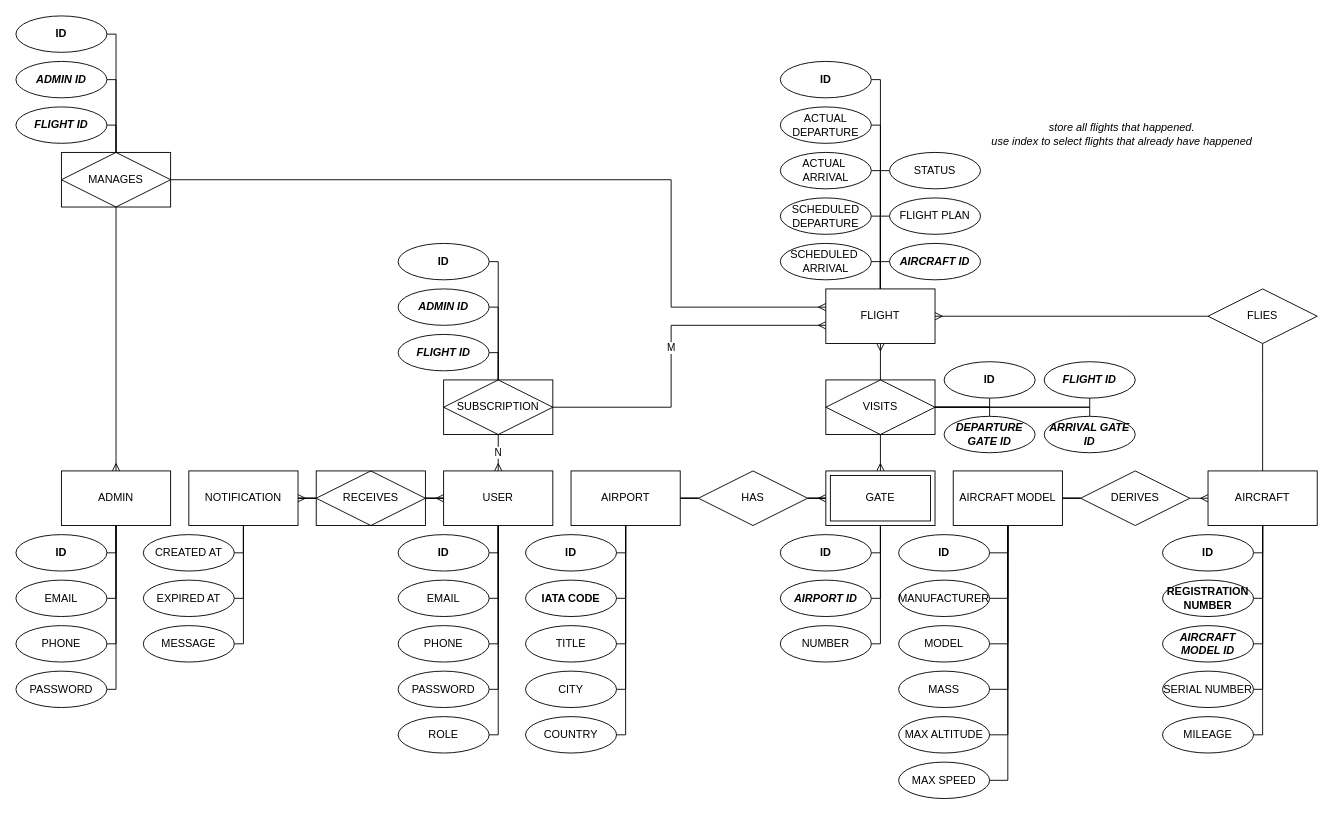
Earlier version of the draw.io diagram page "db" (6 of 6) of docs/diagram.drawio (GoshaMak/airline-tracker). Source tidied: cells renumbered, new cells numbered last; positions are measured from the earlier drawing's top-left corner, leaving out a move shared by most shapes. Both pictures are drawn from the tidied source at 91%, with x=0, y=0 at pixel (15, 15).
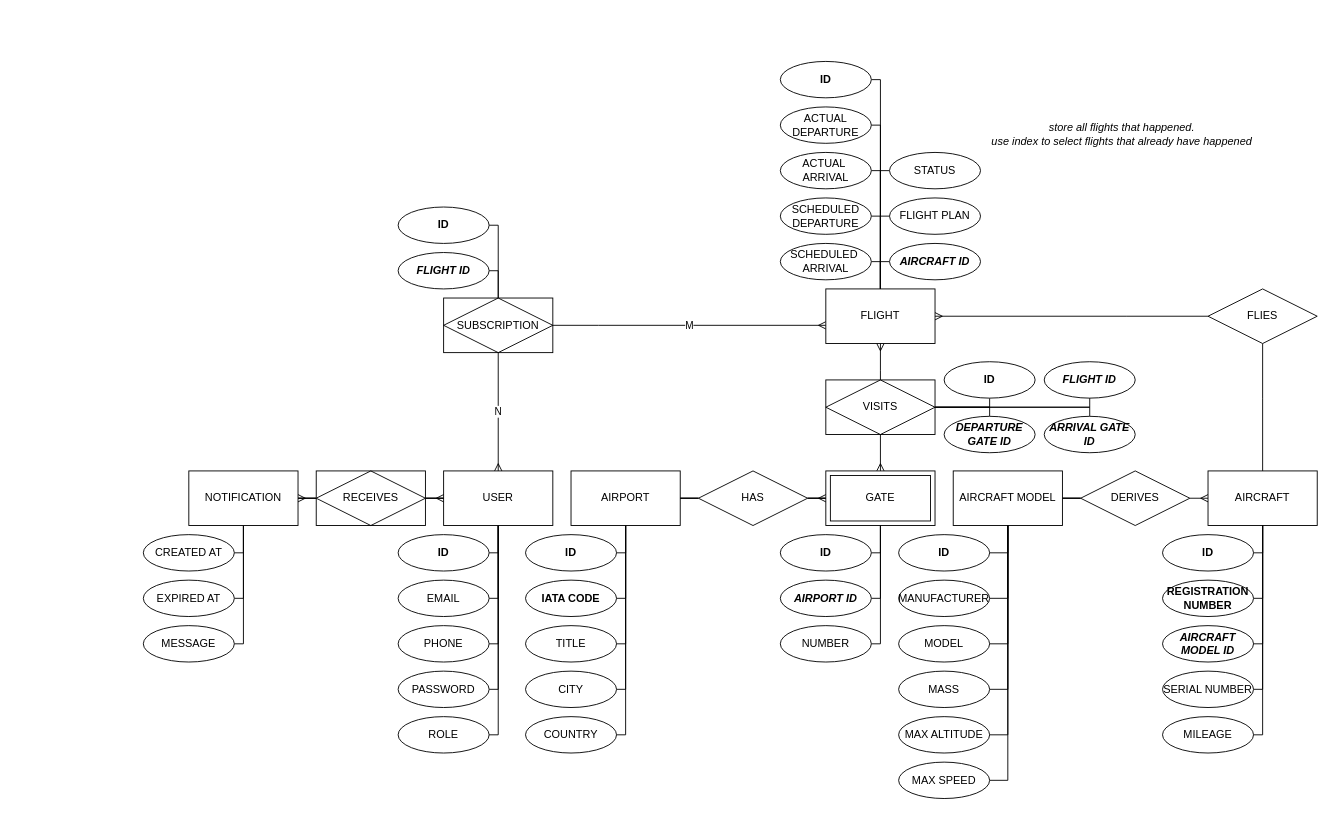
The same page after the edit.

The change refers to these unchanged cells:
```xml
<mxCell id="60" value="FLIGHT" style="whiteSpace=wrap;html=1;align=center;strokeWidth=1;" parent="1" vertex="1">
  <mxGeometry x="890" y="300" width="120" height="60" as="geometry" />
</mxCell>
```

Change to the diagram source:
```diff
@@
-    <mxCell id="34" style="edgeStyle=orthogonalEdgeStyle;rounded=0;jettySize=auto;html=1;endArrow=none;endFill=0;" parent="1" edge="1" source="38" target="40">
-      <mxGeometry relative="1" as="geometry">
-        <Array as="points">
-          <mxPoint x="110" y="640" />
-        </Array>
-      </mxGeometry>
-    </mxCell>
-    <mxCell id="35" style="edgeStyle=orthogonalEdgeStyle;rounded=0;jettySize=auto;html=1;endArrow=none;endFill=0;" parent="1" edge="1" source="38" target="39">
-      <mxGeometry relative="1" as="geometry">
-        <Array as="points">
-          <mxPoint x="110" y="590" />
-        </Array>
-      </mxGeometry>
-    </mxCell>
-    <mxCell id="36" style="edgeStyle=orthogonalEdgeStyle;rounded=0;jettySize=auto;html=1;endArrow=none;endFill=0;" parent="1" edge="1" source="38" target="80">
-      <mxGeometry relative="1" as="geometry">
-        <Array as="points">
-          <mxPoint x="110" y="690" />
-        </Array>
-      </mxGeometry>
-    </mxCell>
-    <mxCell id="37" style="edgeStyle=orthogonalEdgeStyle;rounded=0;jettySize=auto;html=1;endArrow=none;endFill=0;" parent="1" edge="1" source="38" target="81">
-      <mxGeometry relative="1" as="geometry">
-        <Array as="points">
-          <mxPoint x="110" y="740" />
-        </Array>
-      </mxGeometry>
-    </mxCell>
-    <mxCell id="38" value="ADMIN" style="whiteSpace=wrap;html=1;align=center;" parent="1" vertex="1">
-      <mxGeometry x="50" y="500" width="120" height="60" as="geometry" />
-    </mxCell>
-    <mxCell id="39" value="ID" style="ellipse;whiteSpace=wrap;html=1;align=center;fontStyle=1;" parent="1" vertex="1">
-      <mxGeometry y="570" width="100" height="40" as="geometry" />
-    </mxCell>
-    <mxCell id="40" value="EMAIL" style="ellipse;whiteSpace=wrap;html=1;align=center;" parent="1" vertex="1">
-      <mxGeometry y="620" width="100" height="40" as="geometry" />
-    </mxCell>
@@
     <mxCell id="56" value="M" style="edgeStyle=orthogonalEdgeStyle;rounded=0;jettySize=auto;html=1;endArrow=ERmany;endFill=0;" parent="1" edge="1" source="58" target="60">
       <mxGeometry relative="1" as="geometry">
         <Array as="points">
-          <mxPoint x="720" y="430" />
-          <mxPoint x="720" y="340" />
+          <mxPoint x="640" y="340" />
+          <mxPoint x="640" y="340" />
         </Array>
       </mxGeometry>
     </mxCell>
@@
     <mxCell id="58" value="SUBSCRIPTION" style="shape=associativeEntity;whiteSpace=wrap;html=1;align=center;" parent="1" vertex="1">
-      <mxGeometry x="470" y="400" width="120" height="60" as="geometry" />
+      <mxGeometry x="470" y="310" width="120" height="60" as="geometry" />
     </mxCell>
@@
-    <mxCell id="68" style="edgeStyle=orthogonalEdgeStyle;rounded=0;jettySize=auto;html=1;endArrow=ERmany;endFill=0;" parent="1" edge="1" source="92" target="38">
-      <mxGeometry relative="1" as="geometry" />
-    </mxCell>
-    <mxCell id="69" style="edgeStyle=orthogonalEdgeStyle;rounded=0;jettySize=auto;html=1;endArrow=ERmany;endFill=0;" parent="1" edge="1" source="92" target="60">
-      <mxGeometry relative="1" as="geometry">
-        <Array as="points">
-          <mxPoint x="720" y="180" />
-          <mxPoint x="720" y="320" />
-        </Array>
-      </mxGeometry>
-    </mxCell>
@@
-    <mxCell id="80" value="PHONE" style="ellipse;whiteSpace=wrap;html=1;align=center;" parent="1" vertex="1">
-      <mxGeometry y="670" width="100" height="40" as="geometry" />
-    </mxCell>
-    <mxCell id="81" value="PASSWORD" style="ellipse;whiteSpace=wrap;html=1;align=center;" parent="1" vertex="1">
-      <mxGeometry y="720" width="100" height="40" as="geometry" />
-    </mxCell>
@@
-    <mxCell id="92" value="MANAGES" style="shape=associativeEntity;whiteSpace=wrap;html=1;align=center;" parent="1" vertex="1">
-      <mxGeometry x="50" y="150" width="120" height="60" as="geometry" />
-    </mxCell>
@@
-    <mxCell id="96" style="edgeStyle=orthogonalEdgeStyle;rounded=0;jettySize=auto;html=1;endArrow=none;endFill=0;" parent="1" edge="1" source="97" target="92">
-      <mxGeometry relative="1" as="geometry">
-        <Array as="points">
-          <mxPoint x="110" y="120" />
-        </Array>
-      </mxGeometry>
-    </mxCell>
-    <mxCell id="97" value="FLIGHT ID" style="ellipse;whiteSpace=wrap;html=1;align=center;direction=east;fontStyle=3;" parent="1" vertex="1">
-      <mxGeometry y="100" width="100" height="40" as="geometry" />
-    </mxCell>
-    <mxCell id="98" style="edgeStyle=orthogonalEdgeStyle;rounded=0;jettySize=auto;html=1;endArrow=none;endFill=0;" parent="1" edge="1" source="99" target="92">
-      <mxGeometry relative="1" as="geometry">
-        <Array as="points">
-          <mxPoint x="110" y="70" />
-        </Array>
-      </mxGeometry>
-    </mxCell>
-    <mxCell id="99" value="ADMIN ID" style="ellipse;whiteSpace=wrap;html=1;align=center;direction=east;fontStyle=3;" parent="1" vertex="1">
-      <mxGeometry y="50" width="100" height="40" as="geometry" />
-    </mxCell>
-    <mxCell id="100" style="edgeStyle=orthogonalEdgeStyle;rounded=0;jettySize=auto;html=1;endArrow=none;endFill=0;" parent="1" edge="1" source="101" target="92">
-      <mxGeometry relative="1" as="geometry">
-        <Array as="points">
-          <mxPoint x="110" y="20" />
-        </Array>
-      </mxGeometry>
-    </mxCell>
-    <mxCell id="101" value="ID" style="ellipse;whiteSpace=wrap;html=1;align=center;direction=east;fontStyle=1;" parent="1" vertex="1">
-      <mxGeometry width="100" height="40" as="geometry" />
-    </mxCell>
     <mxCell id="102" style="edgeStyle=orthogonalEdgeStyle;rounded=0;jettySize=auto;html=1;endArrow=none;endFill=0;" parent="1" edge="1" source="103" target="58">
       <mxGeometry relative="1" as="geometry">
         <Array as="points">
-          <mxPoint x="530" y="370" />
+          <mxPoint x="530" y="280" />
         </Array>
       </mxGeometry>
     </mxCell>
     <mxCell id="103" value="FLIGHT ID" style="ellipse;whiteSpace=wrap;html=1;align=center;direction=east;fontStyle=3;" parent="1" vertex="1">
-      <mxGeometry x="420" y="350" width="100" height="40" as="geometry" />
+      <mxGeometry x="420" y="260" width="100" height="40" as="geometry" />
     </mxCell>
-    <mxCell id="104" style="edgeStyle=orthogonalEdgeStyle;rounded=0;jettySize=auto;html=1;endArrow=none;endFill=0;" parent="1" edge="1" source="105" target="58">
-      <mxGeometry relative="1" as="geometry">
-        <Array as="points">
-          <mxPoint x="530" y="320" />
-        </Array>
-      </mxGeometry>
-    </mxCell>
-    <mxCell id="105" value="ADMIN ID" style="ellipse;whiteSpace=wrap;html=1;align=center;direction=east;fontStyle=3;" parent="1" vertex="1">
-      <mxGeometry x="420" y="300" width="100" height="40" as="geometry" />
-    </mxCell>
     <mxCell id="106" style="edgeStyle=orthogonalEdgeStyle;rounded=0;jettySize=auto;html=1;endArrow=none;endFill=0;" parent="1" edge="1" source="107" target="58">
       <mxGeometry relative="1" as="geometry">
         <Array as="points">
-          <mxPoint x="530" y="270" />
+          <mxPoint x="530" y="230" />
         </Array>
       </mxGeometry>
     </mxCell>
     <mxCell id="107" value="ID" style="ellipse;whiteSpace=wrap;html=1;align=center;direction=east;fontStyle=1;" parent="1" vertex="1">
-      <mxGeometry x="420" y="250" width="100" height="40" as="geometry" />
+      <mxGeometry x="420" y="210" width="100" height="40" as="geometry" />
     </mxCell>
```
